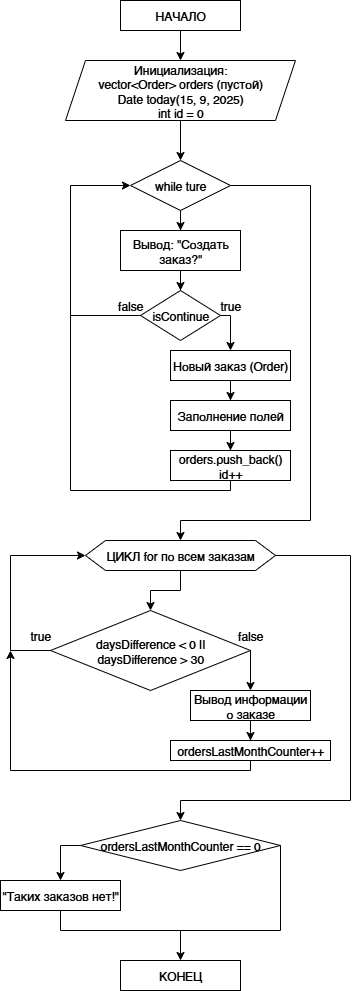
This is Лабораторная работа 1/Блок_схема.png from reshetov-denis/Algorithms-and-data-structures, a draw.io export, as it was before one commit. Source tidied: cells renumbered, new cells last; positions are measured from the earlier drawing's top-left corner, leaving out a move shared by most shapes.
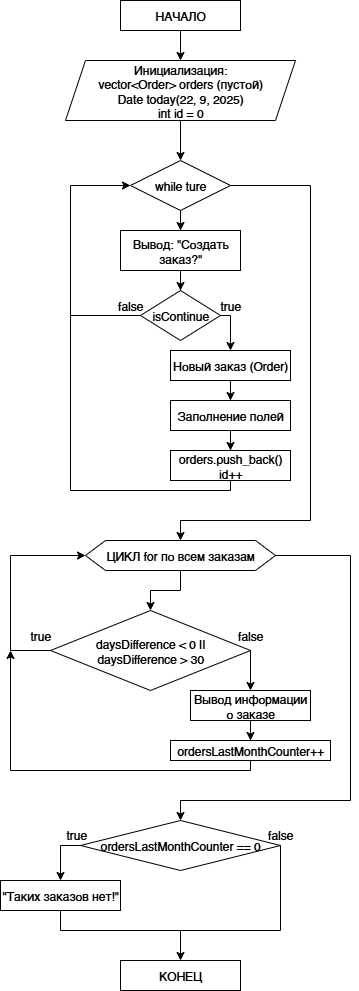
The same diagram one commit later.

Change to the diagram source:
```diff
@@ -13,7 +13,7 @@
         <mxPoint x="180" y="160" as="targetPoint" />
       </mxGeometry>
     </mxCell>
-    <mxCell id="5" value="Инициализация:&lt;br&gt;vector&amp;lt;Order&amp;gt; orders (пустой)&lt;div&gt;Date today(15, 9, 2025)&lt;br&gt;int id = 0&lt;/div&gt;" style="shape=parallelogram;perimeter=parallelogramPerimeter;whiteSpace=wrap;html=1;fixedSize=1;" parent="1" vertex="1">
+    <mxCell id="5" value="Инициализация:&lt;br&gt;vector&amp;lt;Order&amp;gt; orders (пустой)&lt;div&gt;Date today(22, 9, 2025)&lt;br&gt;int id = 0&lt;/div&gt;" style="shape=parallelogram;perimeter=parallelogramPerimeter;whiteSpace=wrap;html=1;fixedSize=1;" parent="1" vertex="1">
       <mxGeometry x="65" y="60" width="230" height="60" as="geometry" />
     </mxCell>
     <mxCell id="6" style="edgeStyle=orthogonalEdgeStyle;rounded=0;jettySize=auto;html=1;" parent="1" edge="1" source="7">
@@ -175,5 +175,11 @@
         <mxPoint x="180" y="930" as="sourcePoint" />
       </mxGeometry>
     </mxCell>
+    <mxCell id="40" value="true" style="text;html=1;align=center;verticalAlign=middle;whiteSpace=wrap;rounded=0;" parent="1" vertex="1">
+      <mxGeometry x="46" y="819" width="60" height="30" as="geometry" />
+    </mxCell>
+    <mxCell id="41" value="false" style="text;html=1;align=center;verticalAlign=middle;whiteSpace=wrap;rounded=0;" parent="1" vertex="1">
+      <mxGeometry x="250" y="819" width="60" height="30" as="geometry" />
+    </mxCell>
   </root>
 </mxGraphModel>
```
